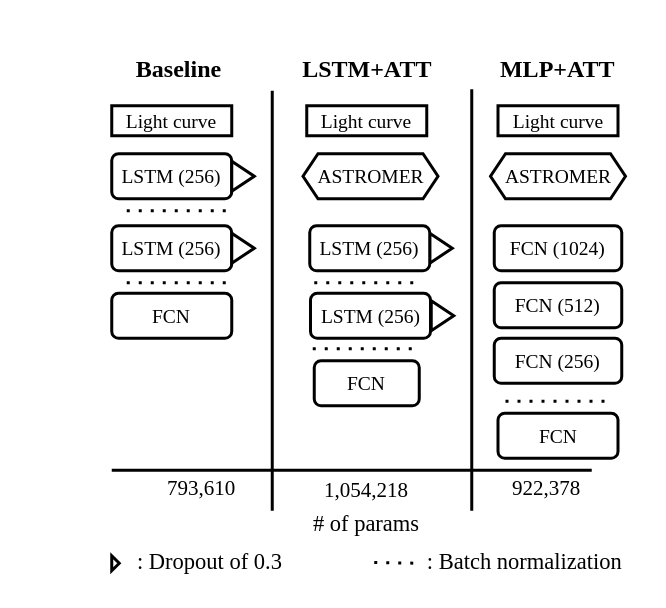
Earlier version of the draw.io diagram presentation/figures/classifiers.drawio (cridonoso/astromer). Source tidied: cells renumbered, new cells numbered last; positions are measured from the earlier drawing's top-left corner, leaving out a move shared by most shapes. Both pictures are drawn from the tidied source at 150%, with x=0, y=0 at pixel (111, 45).
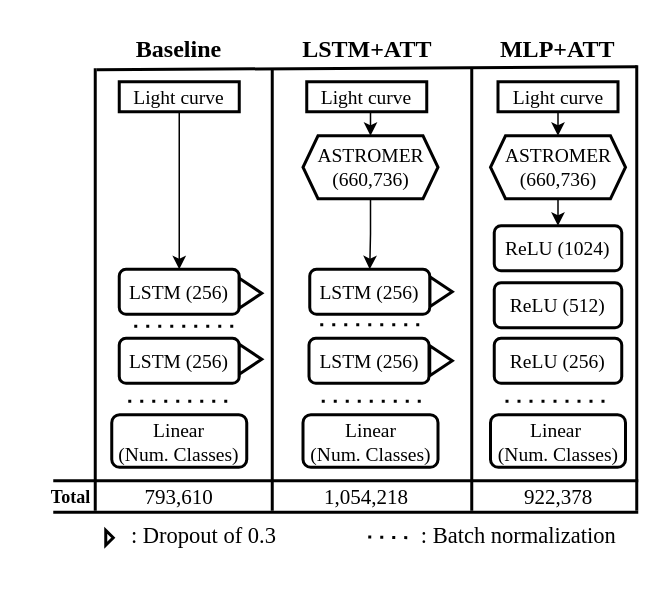
The same page after the edit.

The edit, as a diff of the source:
```diff
@@
     <mxCell id="2" value="&lt;font style=&quot;font-size: 13px;&quot;&gt;LSTM (256)&lt;/font&gt;" style="rounded=1;whiteSpace=wrap;html=1;strokeWidth=2;fontSize=13;fontFamily=Times New Roman;" parent="1" vertex="1">
-      <mxGeometry y="72" width="80" height="30" as="geometry" />
+      <mxGeometry x="5" y="149" width="80" height="30" as="geometry" />
     </mxCell>
     <mxCell id="3" value="&lt;font style=&quot;font-size: 13px;&quot;&gt;LSTM (256)&lt;/font&gt;" style="rounded=1;whiteSpace=wrap;html=1;strokeWidth=2;fontSize=13;fontFamily=Times New Roman;" parent="1" vertex="1">
-      <mxGeometry y="120" width="80" height="30" as="geometry" />
+      <mxGeometry x="5" y="195" width="80" height="30" as="geometry" />
     </mxCell>
-    <mxCell id="4" value="&lt;font style=&quot;font-size: 13px;&quot;&gt;FCN&lt;/font&gt;" style="rounded=1;whiteSpace=wrap;html=1;strokeWidth=2;fontSize=13;fontFamily=Times New Roman;" parent="1" vertex="1">
-      <mxGeometry y="165" width="80" height="30" as="geometry" />
-    </mxCell>
+    <mxCell id="40" style="edgeStyle=orthogonalEdgeStyle;rounded=0;jettySize=auto;html=1;exitX=0.5;exitY=1;exitDx=0;exitDy=0;entryX=0.5;entryY=0;entryDx=0;entryDy=0;" parent="1" edge="1" source="5" target="2">
+      <mxGeometry relative="1" as="geometry" />
+    </mxCell>
     <mxCell id="5" value="Light curve" style="rounded=0;whiteSpace=wrap;html=1;fontFamily=Times New Roman;strokeWidth=2;fontSize=13;" parent="1" vertex="1">
-      <mxGeometry y="40" width="80" height="20" as="geometry" />
+      <mxGeometry x="5" y="24" width="80" height="20" as="geometry" />
     </mxCell>
-    <mxCell id="6" value="&lt;font style=&quot;font-size: 13px;&quot;&gt;FCN&lt;/font&gt;" style="rounded=1;whiteSpace=wrap;html=1;strokeWidth=2;fontSize=13;fontFamily=Times New Roman;" parent="1" vertex="1">
-      <mxGeometry x="135" y="210" width="70" height="30" as="geometry" />
-    </mxCell>
+    <mxCell id="41" style="edgeStyle=orthogonalEdgeStyle;rounded=0;jettySize=auto;html=1;exitX=0.5;exitY=1;exitDx=0;exitDy=0;entryX=0.5;entryY=0;entryDx=0;entryDy=0;" parent="1" edge="1" source="7" target="35">
+      <mxGeometry relative="1" as="geometry" />
+    </mxCell>
-    <mxCell id="7" value="ASTROMER" style="shape=hexagon;perimeter=hexagonPerimeter2;whiteSpace=wrap;html=1;fixedSize=1;fontFamily=Times New Roman;size=10;strokeWidth=2;fontSize=13;" parent="1" vertex="1">
-      <mxGeometry x="127.5" y="72" width="90" height="30" as="geometry" />
+    <mxCell id="7" value="ASTROMER&lt;br&gt;(660,736)" style="shape=hexagon;perimeter=hexagonPerimeter2;whiteSpace=wrap;html=1;fixedSize=1;fontFamily=Times New Roman;size=10;strokeWidth=2;fontSize=13;" parent="1" vertex="1">
+      <mxGeometry x="127.5" y="60" width="90" height="42" as="geometry" />
     </mxCell>
-    <mxCell id="8" value="&lt;font style=&quot;font-size: 13px;&quot;&gt;FCN (1024)&lt;/font&gt;" style="rounded=1;whiteSpace=wrap;html=1;strokeWidth=2;fontSize=13;fontFamily=Times New Roman;" parent="1" vertex="1">
+    <mxCell id="8" value="&lt;font style=&quot;font-size: 13px;&quot;&gt;ReLU (1024)&lt;/font&gt;" style="rounded=1;whiteSpace=wrap;html=1;strokeWidth=2;fontSize=13;fontFamily=Times New Roman;" parent="1" vertex="1">
       <mxGeometry x="255" y="120" width="85" height="30" as="geometry" />
     </mxCell>
-    <mxCell id="9" value="&lt;font style=&quot;font-size: 13px;&quot;&gt;FCN (512)&lt;/font&gt;" style="rounded=1;whiteSpace=wrap;html=1;strokeWidth=2;fontSize=13;fontFamily=Times New Roman;" parent="1" vertex="1">
+    <mxCell id="9" value="&lt;font style=&quot;font-size: 13px;&quot;&gt;ReLU&amp;nbsp;(512)&lt;/font&gt;" style="rounded=1;whiteSpace=wrap;html=1;strokeWidth=2;fontSize=13;fontFamily=Times New Roman;" parent="1" vertex="1">
       <mxGeometry x="255" y="158" width="85" height="30" as="geometry" />
     </mxCell>
-    <mxCell id="10" value="&lt;font style=&quot;font-size: 13px;&quot;&gt;FCN (256)&lt;/font&gt;" style="rounded=1;whiteSpace=wrap;html=1;strokeWidth=2;fontSize=13;fontFamily=Times New Roman;" parent="1" vertex="1">
+    <mxCell id="10" value="&lt;font style=&quot;font-size: 13px;&quot;&gt;ReLU&amp;nbsp;(256)&lt;/font&gt;" style="rounded=1;whiteSpace=wrap;html=1;strokeWidth=2;fontSize=13;fontFamily=Times New Roman;" parent="1" vertex="1">
       <mxGeometry x="255" y="195" width="85" height="30" as="geometry" />
     </mxCell>
     <mxCell id="11" value="&lt;div style=&quot;box-sizing: border-box; overflow: auto; display: block; padding: 1px 0px; margin: 0px; line-height: inherit; color: rgb(0, 0, 0); word-break: break-all; overflow-wrap: break-word; background-color: rgb(255, 255, 255); border: 0px; border-radius: 0px; vertical-align: baseline; font-style: normal; font-weight: 400; letter-spacing: normal; text-indent: 0px; text-transform: none; word-spacing: 0px; font-size: 14px;&quot;&gt;&lt;font style=&quot;font-size: 14px;&quot;&gt;793,610&lt;/font&gt;&lt;/div&gt;" style="text;whiteSpace=wrap;html=1;fontFamily=Times New Roman;align=center;fontSize=14;strokeWidth=2;" parent="1" vertex="1">
-      <mxGeometry x="20" y="280" width="80" height="30" as="geometry" />
+      <mxGeometry x="5" y="286" width="80" height="30" as="geometry" />
     </mxCell>
     <mxCell id="12" style="endArrow=none;html=1;rounded=0;fontFamily=Times New Roman;strokeWidth=2;fontSize=14;" parent="1" edge="1">
       <mxGeometry relative="1" as="geometry">
-        <mxPoint y="283" as="sourcePoint" />
-        <mxPoint x="320" y="283" as="targetPoint" />
+        <mxPoint x="-39" y="290" as="sourcePoint" />
+        <mxPoint x="351" y="290" as="targetPoint" />
       </mxGeometry>
     </mxCell>
-    <mxCell id="13" value="# of params" style="text;html=1;strokeColor=none;fillColor=none;align=center;verticalAlign=middle;whiteSpace=wrap;rounded=0;fontFamily=Times New Roman;strokeWidth=2;fontSize=15;" parent="1" vertex="1">
-      <mxGeometry x="115" y="303" width="110" height="30" as="geometry" />
-    </mxCell>
     <mxCell id="14" style="endArrow=none;html=1;rounded=0;fontFamily=Times New Roman;strokeWidth=2;fontSize=14;" parent="1" edge="1">
       <mxGeometry relative="1" as="geometry">
         <mxPoint x="107" y="310" as="sourcePoint" />
-        <mxPoint x="107" y="30" as="targetPoint" />
+        <mxPoint x="107" y="16" as="targetPoint" />
       </mxGeometry>
     </mxCell>
-    <mxCell id="15" style="endArrow=none;html=1;rounded=0;fontFamily=Times New Roman;exitX=0.091;exitY=0.033;exitDx=0;exitDy=0;exitPerimeter=0;strokeWidth=2;fontSize=14;" parent="1" edge="1">
-      <mxGeometry relative="1" as="geometry">
-        <mxPoint x="240" y="310" as="sourcePoint" />
-        <mxPoint x="240" y="29" as="targetPoint" />
-      </mxGeometry>
-    </mxCell>
     <mxCell id="16" value="&lt;div style=&quot;box-sizing: border-box; overflow: auto; display: block; padding: 1px 0px; margin: 0px; line-height: inherit; color: rgb(0, 0, 0); word-break: break-all; overflow-wrap: break-word; background-color: rgb(255, 255, 255); border: 0px; border-radius: 0px; vertical-align: baseline; font-style: normal; font-weight: 400; letter-spacing: normal; text-indent: 0px; text-transform: none; word-spacing: 0px; font-size: 14px;&quot;&gt;&lt;div style=&quot;box-sizing: border-box; overflow: auto; padding: 1px 0px; margin-top: 0px; margin-bottom: 0px; line-height: inherit; word-break: break-all; overflow-wrap: break-word; border: 0px; border-radius: 0px; vertical-align: baseline; text-align: left; font-size: 14px;&quot;&gt;1,054,218&lt;/div&gt;&lt;/div&gt;" style="text;whiteSpace=wrap;html=1;fontSize=14;fontFamily=Times New Roman;align=center;strokeWidth=2;" parent="1" vertex="1">
-      <mxGeometry x="130" y="280" width="80" height="30" as="geometry" />
+      <mxGeometry x="130" y="285" width="80" height="30" as="geometry" />
     </mxCell>
     <mxCell id="17" value="&lt;div style=&quot;box-sizing: border-box; overflow: auto; display: block; padding: 1px 0px; margin: 0px; line-height: inherit; color: rgb(0, 0, 0); word-break: break-all; overflow-wrap: break-word; background-color: rgb(255, 255, 255); border: 0px; border-radius: 0px; vertical-align: baseline; font-style: normal; font-weight: 400; letter-spacing: normal; text-indent: 0px; text-transform: none; word-spacing: 0px; font-size: 14px;&quot;&gt;&lt;font style=&quot;font-size: 14px;&quot;&gt;922,378&lt;/font&gt;&lt;/div&gt;" style="text;whiteSpace=wrap;html=1;fontSize=14;fontFamily=Times New Roman;align=center;strokeWidth=2;" parent="1" vertex="1">
-      <mxGeometry x="250" y="280" width="80" height="30" as="geometry" />
+      <mxGeometry x="257.5" y="286" width="80" height="30" as="geometry" />
     </mxCell>
     <mxCell id="18" style="triangle;whiteSpace=wrap;html=1;fontFamily=Times New Roman;fontSize=13;strokeWidth=2;" parent="1" vertex="1">
-      <mxGeometry x="80" y="125" width="15" height="20" as="geometry" />
+      <mxGeometry x="85" y="155" width="15" height="20" as="geometry" />
     </mxCell>
     <mxCell id="19" style="triangle;whiteSpace=wrap;html=1;fontFamily=Times New Roman;fontSize=14;strokeWidth=2;" parent="1" vertex="1">
-      <mxGeometry x="80" y="77" width="15" height="20" as="geometry" />
+      <mxGeometry x="85" y="199" width="15" height="20" as="geometry" />
     </mxCell>
     <mxCell id="20" style="triangle;whiteSpace=wrap;html=1;fontFamily=Times New Roman;fontSize=13;strokeWidth=2;" parent="1" vertex="1">
-      <mxGeometry x="212" y="125" width="15" height="20" as="geometry" />
+      <mxGeometry x="212" y="154" width="15" height="20" as="geometry" />
     </mxCell>
     <mxCell id="21" style="triangle;whiteSpace=wrap;html=1;fontFamily=Times New Roman;fontSize=13;strokeWidth=2;" parent="1" vertex="1">
-      <mxGeometry x="213" y="170" width="15" height="20" as="geometry" />
+      <mxGeometry x="212" y="200" width="15" height="20" as="geometry" />
     </mxCell>
     <mxCell id="22" style="triangle;whiteSpace=wrap;html=1;fontFamily=Times New Roman;fontSize=14;strokeWidth=2;" parent="1" vertex="1">
-      <mxGeometry y="340" width="5" height="10" as="geometry" />
+      <mxGeometry x="-4" y="323" width="5" height="10" as="geometry" />
     </mxCell>
     <mxCell id="23" value=": Dropout of 0.3&amp;nbsp;" style="text;html=1;strokeColor=none;fillColor=none;align=center;verticalAlign=middle;whiteSpace=wrap;rounded=0;fontFamily=Times New Roman;fontSize=15;" parent="1" vertex="1">
-      <mxGeometry x="5" y="328" width="125" height="30" as="geometry" />
+      <mxGeometry x="1" y="311" width="125" height="30" as="geometry" />
     </mxCell>
     <mxCell id="24" style="endArrow=none;dashed=1;html=1;dashPattern=1 3;strokeWidth=2;rounded=0;fontFamily=Times New Roman;fontSize=13;" parent="1" edge="1">
       <mxGeometry relative="1" as="geometry">
-        <mxPoint x="10" y="158" as="sourcePoint" />
-        <mxPoint x="80" y="158" as="targetPoint" />
+        <mxPoint x="11" y="237" as="sourcePoint" />
+        <mxPoint x="81" y="237" as="targetPoint" />
       </mxGeometry>
     </mxCell>
     <mxCell id="25" style="endArrow=none;dashed=1;html=1;dashPattern=1 3;strokeWidth=2;rounded=0;fontFamily=Times New Roman;fontSize=13;" parent="1" edge="1">
       <mxGeometry relative="1" as="geometry">
-        <mxPoint x="10" y="110" as="sourcePoint" />
-        <mxPoint x="80" y="110" as="targetPoint" />
+        <mxPoint x="15" y="187" as="sourcePoint" />
+        <mxPoint x="85" y="187" as="targetPoint" />
       </mxGeometry>
     </mxCell>
     <mxCell id="26" style="endArrow=none;dashed=1;html=1;dashPattern=1 3;strokeWidth=2;rounded=0;fontFamily=Times New Roman;fontSize=13;" parent="1" edge="1">
       <mxGeometry relative="1" as="geometry">
-        <mxPoint x="135" y="158" as="sourcePoint" />
-        <mxPoint x="205" y="158" as="targetPoint" />
+        <mxPoint x="139" y="186" as="sourcePoint" />
+        <mxPoint x="209" y="186" as="targetPoint" />
       </mxGeometry>
     </mxCell>
-    <mxCell id="27" style="endArrow=none;dashed=1;html=1;dashPattern=1 3;strokeWidth=2;rounded=0;fontFamily=Times New Roman;fontSize=13;" parent="1" edge="1">
-      <mxGeometry relative="1" as="geometry">
-        <mxPoint x="134" y="202" as="sourcePoint" />
-        <mxPoint x="204" y="202" as="targetPoint" />
-      </mxGeometry>
-    </mxCell>
-    <mxCell id="28" style="endArrow=none;dashed=1;html=1;dashPattern=1 3;strokeWidth=2;rounded=0;fontFamily=Times New Roman;fontSize=13;" parent="1" edge="1">
-      <mxGeometry relative="1" as="geometry">
-        <mxPoint x="262.5" y="237" as="sourcePoint" />
-        <mxPoint x="332.5" y="237" as="targetPoint" />
-      </mxGeometry>
-    </mxCell>
     <mxCell id="29" style="endArrow=none;dashed=1;html=1;dashPattern=1 3;strokeWidth=2;rounded=0;fontFamily=Times New Roman;fontSize=14;" parent="1" edge="1">
       <mxGeometry relative="1" as="geometry">
-        <mxPoint x="175" y="344.5" as="sourcePoint" />
-        <mxPoint x="205" y="345" as="targetPoint" />
+        <mxPoint x="171" y="327.5" as="sourcePoint" />
+        <mxPoint x="201" y="328" as="targetPoint" />
       </mxGeometry>
     </mxCell>
     <mxCell id="30" value=": Batch normalization" style="text;html=1;strokeColor=none;fillColor=none;align=center;verticalAlign=middle;whiteSpace=wrap;rounded=0;fontFamily=Times New Roman;fontSize=15;" parent="1" vertex="1">
-      <mxGeometry x="208" y="328" width="134.5" height="30" as="geometry" />
+      <mxGeometry x="204" y="311" width="134.5" height="30" as="geometry" />
     </mxCell>
     <mxCell id="31" value="&lt;b style=&quot;font-size: 16px;&quot;&gt;Baseline&lt;/b&gt;" style="text;html=1;strokeColor=none;fillColor=none;align=center;verticalAlign=middle;whiteSpace=wrap;rounded=0;fontFamily=Times New Roman;fontSize=16;" parent="1" vertex="1">
-      <mxGeometry x="15" width="60" height="30" as="geometry" />
+      <mxGeometry x="15" y="-13" width="60" height="30" as="geometry" />
     </mxCell>
     <mxCell id="32" value="&lt;b style=&quot;font-size: 16px;&quot;&gt;LSTM+ATT&lt;/b&gt;" style="text;html=1;strokeColor=none;fillColor=none;align=center;verticalAlign=middle;whiteSpace=wrap;rounded=0;fontFamily=Times New Roman;fontSize=16;" parent="1" vertex="1">
-      <mxGeometry x="127.5" width="85" height="30" as="geometry" />
+      <mxGeometry x="127.5" y="-13" width="85" height="30" as="geometry" />
     </mxCell>
     <mxCell id="33" value="&lt;b style=&quot;font-size: 16px;&quot;&gt;MLP+ATT&lt;/b&gt;" style="text;html=1;strokeColor=none;fillColor=none;align=center;verticalAlign=middle;whiteSpace=wrap;rounded=0;fontFamily=Times New Roman;fontSize=16;" parent="1" vertex="1">
-      <mxGeometry x="255" width="85" height="30" as="geometry" />
+      <mxGeometry x="255" y="-13" width="85" height="30" as="geometry" />
     </mxCell>
+    <mxCell id="42" style="edgeStyle=orthogonalEdgeStyle;rounded=0;jettySize=auto;html=1;exitX=0.5;exitY=1;exitDx=0;exitDy=0;entryX=0.5;entryY=0;entryDx=0;entryDy=0;" parent="1" edge="1" source="34" target="7">
+      <mxGeometry relative="1" as="geometry" />
+    </mxCell>
     <mxCell id="34" value="Light curve" style="rounded=0;whiteSpace=wrap;html=1;fontFamily=Times New Roman;strokeWidth=2;fontSize=13;" parent="1" vertex="1">
-      <mxGeometry x="130" y="40" width="80" height="20" as="geometry" />
+      <mxGeometry x="130" y="24" width="80" height="20" as="geometry" />
     </mxCell>
     <mxCell id="35" value="&lt;font style=&quot;font-size: 13px;&quot;&gt;LSTM (256)&lt;/font&gt;" style="rounded=1;whiteSpace=wrap;html=1;strokeWidth=2;fontSize=13;fontFamily=Times New Roman;" parent="1" vertex="1">
-      <mxGeometry x="132" y="120" width="80" height="30" as="geometry" />
+      <mxGeometry x="132" y="149" width="80" height="30" as="geometry" />
     </mxCell>
     <mxCell id="36" value="&lt;font style=&quot;font-size: 13px;&quot;&gt;LSTM (256)&lt;/font&gt;" style="rounded=1;whiteSpace=wrap;html=1;strokeWidth=2;fontSize=13;fontFamily=Times New Roman;" parent="1" vertex="1">
-      <mxGeometry x="132.5" y="165" width="80" height="30" as="geometry" />
+      <mxGeometry x="131.5" y="195" width="80" height="30" as="geometry" />
     </mxCell>
-    <mxCell id="37" value="&lt;font style=&quot;font-size: 13px;&quot;&gt;FCN&lt;/font&gt;" style="rounded=1;whiteSpace=wrap;html=1;strokeWidth=2;fontSize=13;fontFamily=Times New Roman;" parent="1" vertex="1">
-      <mxGeometry x="257.5" y="245" width="80" height="30" as="geometry" />
-    </mxCell>
+    <mxCell id="43" style="edgeStyle=orthogonalEdgeStyle;rounded=0;jettySize=auto;html=1;exitX=0.5;exitY=1;exitDx=0;exitDy=0;entryX=0.5;entryY=0;entryDx=0;entryDy=0;" parent="1" edge="1" source="38" target="8">
+      <mxGeometry relative="1" as="geometry" />
+    </mxCell>
-    <mxCell id="38" value="ASTROMER" style="shape=hexagon;perimeter=hexagonPerimeter2;whiteSpace=wrap;html=1;fixedSize=1;fontFamily=Times New Roman;size=10;strokeWidth=2;fontSize=13;" parent="1" vertex="1">
-      <mxGeometry x="252.5" y="72" width="90" height="30" as="geometry" />
+    <mxCell id="38" value="ASTROMER&lt;br&gt;(660,736)" style="shape=hexagon;perimeter=hexagonPerimeter2;whiteSpace=wrap;html=1;fixedSize=1;fontFamily=Times New Roman;size=10;strokeWidth=2;fontSize=13;" parent="1" vertex="1">
+      <mxGeometry x="252.5" y="60" width="90" height="42" as="geometry" />
     </mxCell>
+    <mxCell id="44" style="edgeStyle=orthogonalEdgeStyle;rounded=0;jettySize=auto;html=1;exitX=0.5;exitY=1;exitDx=0;exitDy=0;entryX=0.5;entryY=0;entryDx=0;entryDy=0;" parent="1" edge="1" source="39" target="38">
+      <mxGeometry relative="1" as="geometry" />
+    </mxCell>
     <mxCell id="39" value="Light curve" style="rounded=0;whiteSpace=wrap;html=1;fontFamily=Times New Roman;strokeWidth=2;fontSize=13;" parent="1" vertex="1">
-      <mxGeometry x="257.5" y="40" width="80" height="20" as="geometry" />
+      <mxGeometry x="257.5" y="24" width="80" height="20" as="geometry" />
     </mxCell>
+    <mxCell id="45" value="&lt;font style=&quot;font-size: 13px;&quot;&gt;Linear&lt;br&gt;(Num. Classes)&lt;/font&gt;" style="rounded=1;whiteSpace=wrap;html=1;strokeWidth=2;fontSize=13;fontFamily=Times New Roman;" parent="1" vertex="1">
+      <mxGeometry y="246" width="90" height="35" as="geometry" />
+    </mxCell>
+    <mxCell id="46" style="endArrow=none;dashed=1;html=1;dashPattern=1 3;strokeWidth=2;rounded=0;fontFamily=Times New Roman;fontSize=13;" parent="1" edge="1">
+      <mxGeometry relative="1" as="geometry">
+        <mxPoint x="140" y="237" as="sourcePoint" />
+        <mxPoint x="210" y="237" as="targetPoint" />
+      </mxGeometry>
+    </mxCell>
+    <mxCell id="47" style="endArrow=none;dashed=1;html=1;dashPattern=1 3;strokeWidth=2;rounded=0;fontFamily=Times New Roman;fontSize=13;" parent="1" edge="1">
+      <mxGeometry relative="1" as="geometry">
+        <mxPoint x="262.5" y="237" as="sourcePoint" />
+        <mxPoint x="332.5" y="237" as="targetPoint" />
+      </mxGeometry>
+    </mxCell>
+    <mxCell id="48" value="&lt;font style=&quot;font-size: 13px;&quot;&gt;Linear&lt;br&gt;(Num. Classes)&lt;/font&gt;" style="rounded=1;whiteSpace=wrap;html=1;strokeWidth=2;fontSize=13;fontFamily=Times New Roman;" parent="1" vertex="1">
+      <mxGeometry x="127.5" y="246" width="90" height="35" as="geometry" />
+    </mxCell>
+    <mxCell id="49" value="&lt;font style=&quot;font-size: 13px;&quot;&gt;Linear&amp;nbsp;&lt;br&gt;(Num. Classes)&lt;/font&gt;" style="rounded=1;whiteSpace=wrap;html=1;strokeWidth=2;fontSize=13;fontFamily=Times New Roman;" parent="1" vertex="1">
+      <mxGeometry x="252.5" y="246" width="90" height="35" as="geometry" />
+    </mxCell>
+    <mxCell id="50" style="endArrow=none;html=1;rounded=0;fontFamily=Times New Roman;strokeWidth=2;fontSize=14;" parent="1" edge="1">
+      <mxGeometry relative="1" as="geometry">
+        <mxPoint x="-10" y="16" as="sourcePoint" />
+        <mxPoint x="350" y="14" as="targetPoint" />
+      </mxGeometry>
+    </mxCell>
+    <mxCell id="51" style="endArrow=none;html=1;rounded=0;fontFamily=Times New Roman;strokeWidth=2;fontSize=14;" parent="1" edge="1">
+      <mxGeometry relative="1" as="geometry">
+        <mxPoint x="240" y="310" as="sourcePoint" />
+        <mxPoint x="240" y="14.5" as="targetPoint" />
+      </mxGeometry>
+    </mxCell>
+    <mxCell id="52" value="&lt;font face=&quot;Times New Roman&quot;&gt;&lt;b&gt;Total&lt;/b&gt;&lt;/font&gt;" style="text;html=1;strokeColor=none;fillColor=none;align=center;verticalAlign=middle;whiteSpace=wrap;rounded=0;" parent="1" vertex="1">
+      <mxGeometry x="-57" y="286" width="60" height="30" as="geometry" />
+    </mxCell>
+    <mxCell id="53" style="endArrow=none;html=1;rounded=0;fontFamily=Times New Roman;strokeWidth=2;fontSize=14;" parent="1" edge="1">
+      <mxGeometry relative="1" as="geometry">
+        <mxPoint x="-11" y="310" as="sourcePoint" />
+        <mxPoint x="-11" y="15" as="targetPoint" />
+      </mxGeometry>
+    </mxCell>
+    <mxCell id="54" style="endArrow=none;html=1;rounded=0;fontFamily=Times New Roman;strokeWidth=2;fontSize=14;" parent="1" edge="1">
+      <mxGeometry relative="1" as="geometry">
+        <mxPoint x="350" y="310" as="sourcePoint" />
+        <mxPoint x="350" y="13" as="targetPoint" />
+      </mxGeometry>
+    </mxCell>
+    <mxCell id="55" style="endArrow=none;html=1;rounded=0;fontFamily=Times New Roman;strokeWidth=2;fontSize=14;" parent="1" edge="1">
+      <mxGeometry relative="1" as="geometry">
+        <mxPoint x="-39" y="311" as="sourcePoint" />
+        <mxPoint x="351" y="311" as="targetPoint" />
+      </mxGeometry>
+    </mxCell>
```
